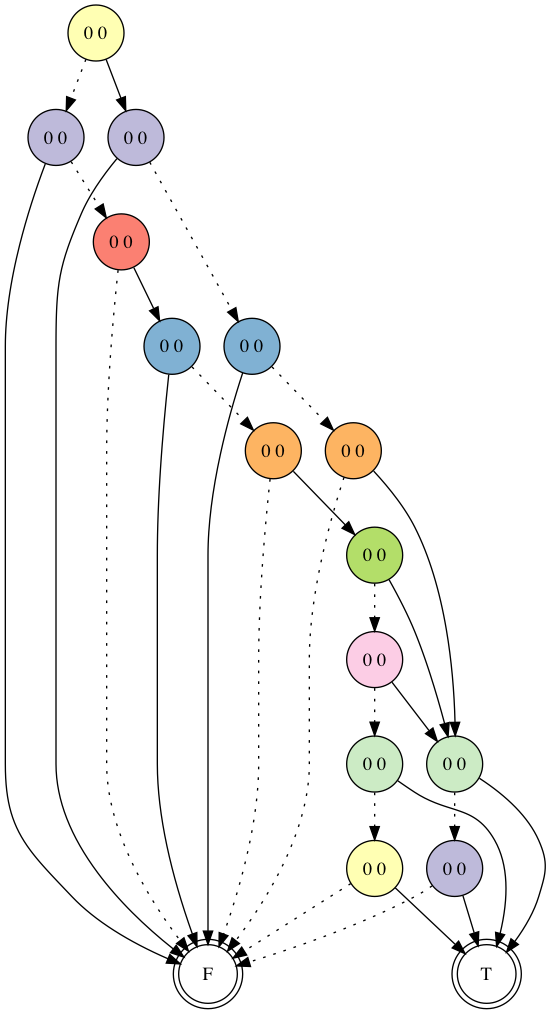
This is OCaml/test2.png from Bluescreen-Muc/BddApprox, a Graphviz export, as it was before one commit. Its source is kept beside it as OCaml/test2.dot.
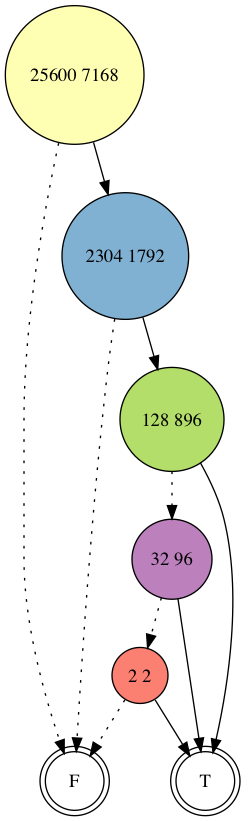
After the commit.

Diff of the diagram source:
```diff
@@ -1,81 +1,84 @@
 digraph "" {
-	node [colorscheme=set312,
+		node [colorscheme=set312,
 		label="\N",
 		shape=circle,
 		style=filled
-	];
+		];
 {
 graph [rank=same];
-660106	[fillcolor=2, label="0 0", rank=1];
+437121	[fillcolor=2, label="832 31936", rank=1];
 }
 {
 graph [rank=same];
-660105	[fillcolor=3, label="0 0", rank=2];
-660097	[fillcolor=3, label="0 0", rank=2];
+437120	[fillcolor=5, label="208 3888", rank=2];
 }
 {
 graph [rank=same];
-660104	[fillcolor=4, label="0 0", rank=3];
+437119	[fillcolor=7, label="104 920", rank=3];
 }
 {
 graph [rank=same];
-660103	[fillcolor=5, label="0 0", rank=4];
-660096	[fillcolor=5, label="0 0", rank=4];
+437118	[fillcolor=8, label="104 408", rank=4];
 }
 {
 graph [rank=same];
-660102	[fillcolor=6, label="0 0", rank=5];
-660095	[fillcolor=6, label="0 0", rank=5];
+437113	[fillcolor=9, label="24 232", rank=5];
+437117	[fillcolor=9, label="80 176", rank=5];
 }
 {
 graph [rank=same];
-660101	[fillcolor=7, label="0 0", rank=6];
+437112	[fillcolor=10, label="16 112", rank=6];
+437109	[fillcolor=10, label="8 120", rank=6];
+437115	[fillcolor=10, label="16 112", rank=6];
 }
 {
 graph [rank=same];
-660100	[fillcolor=8, label="0 0", rank=7];
+437108	[fillcolor=11, label="8 56", rank=7];
+437111	[fillcolor=11, label="16 48", rank=7];
+437116	[fillcolor=11, label="32 32", rank=7];
+437114	[fillcolor=11, label="16 48", rank=7];
 }
 {
 graph [rank=same];
-660094	[fillcolor=11, label="0 0", rank=8];
-660099	[fillcolor=11, label="0 0", rank=8];
+437110	[fillcolor=1, label="16 16", rank=8];
+437107	[fillcolor=1, label="8 24", rank=8];
 }
 {
 graph [rank=same];
-660098	[fillcolor=2, label="0 0", rank=9];
-}
-{
-graph [rank=same];
-660093	[fillcolor=3, label="0 0", rank=10];
+437106	[fillcolor=5, label="1 1", rank=9];
 }
 0	 [fillcolor=White, label=F, rank=None, shape=doublecircle];
 1	 [fillcolor=White, label=T, rank=None, shape=doublecircle];
-660100 -> 660099 		[style=dotted];
-660100 -> 660094
-660104 -> 0 		[style=dotted];
-660104 -> 660103
-660093 -> 0 		[style=dotted];
-660093 -> 1
-660097 -> 660096 		[style=dotted];
-660097 -> 0
-660095 -> 0 		[style=dotted];
-660095 -> 660094
-660096 -> 660095 		[style=dotted];
-660096 -> 0
-660105 -> 660104 		[style=dotted];
-660105 -> 0
-660106 -> 660105 		[style=dotted];
-660106 -> 660097
-660098 -> 0 		[style=dotted];
-660098 -> 1
-660102 -> 0 		[style=dotted];
-660102 -> 660101
-660101 -> 660100 		[style=dotted];
-660101 -> 660094
-660099 -> 660098 		[style=dotted];
-660099 -> 1
-660103 -> 660102 		[style=dotted];
-660103 -> 0
-660094 -> 660093 		[style=dotted];
-660094 -> 1
+437120 -> 437119 		[style=dotted];
+437120 -> 1
+437117 -> 437116 		[style=dotted];
+437117 -> 437115
+437114 -> 437106 		[style=dotted];
+437114 -> 1
+437116 -> 0 		[style=dotted];
+437116 -> 1
+437111 -> 437110 		[style=dotted];
+437111 -> 1
+437115 -> 437114 		[style=dotted];
+437115 -> 1
+437107 -> 437106 		[style=dotted];
+437107 -> 1
+437118 -> 437117 		[style=dotted];
+437118 -> 437113
+437109 -> 437108 		[style=dotted];
+437109 -> 1
+437108 -> 437107 		[style=dotted];
+437108 -> 1
+437113 -> 437112 		[style=dotted];
+437113 -> 437109
+437106 -> 0 		[style=dotted];
+437106 -> 1
+437119 -> 1 		[style=dotted];
+437119 -> 437118
+437110 -> 0 		[style=dotted];
+437110 -> 1
+437112 -> 437111 		[style=dotted];
+437112 -> 1
+437121 -> 437120 		[style=dotted];
+437121 -> 1
 }
```
